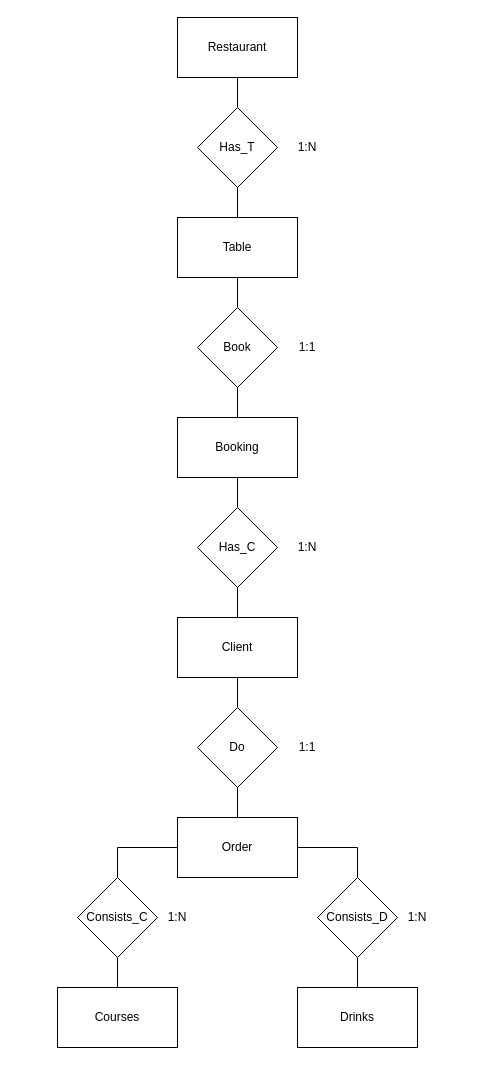
The draw.io diagram ERAlafia_1.0.drawio in daniescorpio/Alafia, before the edit. Source tidied: cells renumbered, new cells numbered last; positions are measured from the earlier drawing's top-left corner, leaving out a move shared by most shapes. Both pictures are drawn from the tidied source at 100%, with x=0, y=0 at pixel (57, 17).
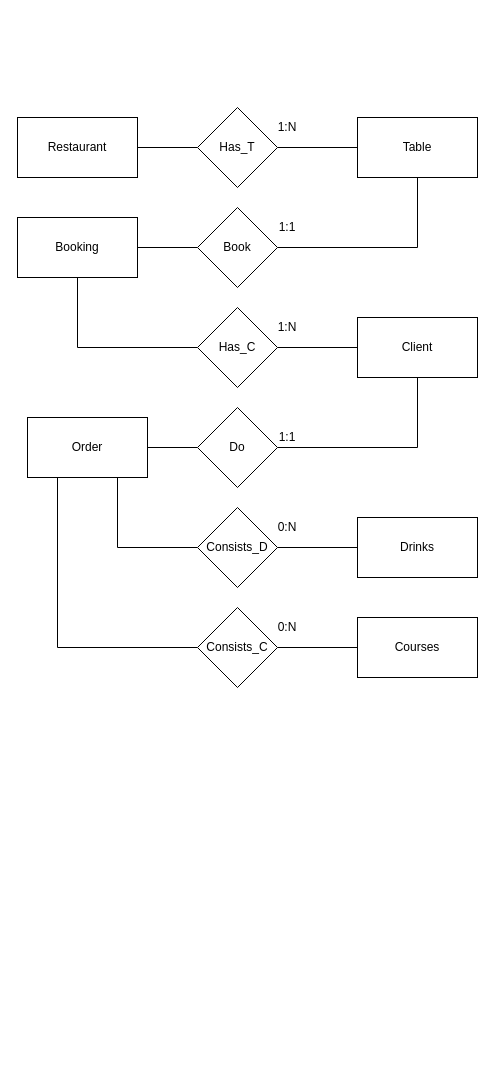
Above is the later version.

Diff of the diagram source:
```diff
@@
     <mxCell id="2" value="Restaurant" style="rounded=0;whiteSpace=wrap;html=1;" parent="1" vertex="1">
-      <mxGeometry x="120" width="120" height="60" as="geometry" />
+      <mxGeometry x="-40" y="100" width="120" height="60" as="geometry" />
     </mxCell>
@@
     <mxCell id="4" value="Table&lt;br&gt;" style="rounded=0;whiteSpace=wrap;html=1;" parent="1" vertex="1">
-      <mxGeometry x="120" y="200" width="120" height="60" as="geometry" />
+      <mxGeometry x="300" y="100" width="120" height="60" as="geometry" />
     </mxCell>
@@
     <mxCell id="6" value="Booking" style="rounded=0;whiteSpace=wrap;html=1;" parent="1" vertex="1">
-      <mxGeometry x="120" y="400" width="120" height="60" as="geometry" />
+      <mxGeometry x="-40" y="200" width="120" height="60" as="geometry" />
     </mxCell>
@@
     <mxCell id="8" value="Client" style="rounded=0;whiteSpace=wrap;html=1;" parent="1" vertex="1">
-      <mxGeometry x="120" y="600" width="120" height="60" as="geometry" />
+      <mxGeometry x="300" y="300" width="120" height="60" as="geometry" />
     </mxCell>
@@
     <mxCell id="10" value="Order&lt;br&gt;" style="rounded=0;whiteSpace=wrap;html=1;" parent="1" vertex="1">
-      <mxGeometry x="120" y="800" width="120" height="60" as="geometry" />
+      <mxGeometry x="-30" y="400" width="120" height="60" as="geometry" />
     </mxCell>
@@
     <mxCell id="12" value="Courses" style="rounded=0;whiteSpace=wrap;html=1;" parent="1" vertex="1">
-      <mxGeometry y="970" width="120" height="60" as="geometry" />
+      <mxGeometry x="300" y="600" width="120" height="60" as="geometry" />
     </mxCell>
@@
     <mxCell id="14" value="Drinks" style="rounded=0;whiteSpace=wrap;html=1;" parent="1" vertex="1">
-      <mxGeometry x="240" y="970" width="120" height="60" as="geometry" />
+      <mxGeometry x="300" y="500" width="120" height="60" as="geometry" />
     </mxCell>
@@
     <mxCell id="18" value="Book" style="rhombus;whiteSpace=wrap;html=1;" parent="1" vertex="1">
-      <mxGeometry x="140" y="290" width="80" height="80" as="geometry" />
+      <mxGeometry x="140" y="190" width="80" height="80" as="geometry" />
     </mxCell>
@@
     <mxCell id="20" value="Has_C" style="rhombus;whiteSpace=wrap;html=1;" parent="1" vertex="1">
-      <mxGeometry x="140" y="490" width="80" height="80" as="geometry" />
+      <mxGeometry x="140" y="290" width="80" height="80" as="geometry" />
     </mxCell>
@@
     <mxCell id="22" value="Do" style="rhombus;whiteSpace=wrap;html=1;" parent="1" vertex="1">
-      <mxGeometry x="140" y="690" width="80" height="80" as="geometry" />
+      <mxGeometry x="140" y="390" width="80" height="80" as="geometry" />
     </mxCell>
-    <mxCell id="23" style="edgeStyle=orthogonalEdgeStyle;rounded=0;jettySize=auto;html=1;exitX=0.5;exitY=0;exitDx=0;exitDy=0;entryX=0;entryY=0.5;entryDx=0;entryDy=0;endArrow=none;endFill=0;" parent="1" edge="1" source="24" target="10">
+    <mxCell id="23" style="edgeStyle=orthogonalEdgeStyle;rounded=0;jettySize=auto;html=1;exitX=0;exitY=0.5;exitDx=0;exitDy=0;entryX=0.25;entryY=1;entryDx=0;entryDy=0;endArrow=none;endFill=0;" parent="1" edge="1" source="24" target="10">
       <mxGeometry relative="1" as="geometry" />
     </mxCell>
     <mxCell id="24" value="Consists_C" style="rhombus;whiteSpace=wrap;html=1;" parent="1" vertex="1">
-      <mxGeometry x="20" y="860" width="80" height="80" as="geometry" />
+      <mxGeometry x="140" y="590" width="80" height="80" as="geometry" />
     </mxCell>
-    <mxCell id="25" style="edgeStyle=orthogonalEdgeStyle;rounded=0;jettySize=auto;html=1;exitX=0.5;exitY=0;exitDx=0;exitDy=0;entryX=1;entryY=0.5;entryDx=0;entryDy=0;endArrow=none;endFill=0;" parent="1" edge="1" source="26" target="10">
-      <mxGeometry relative="1" as="geometry" />
+    <mxCell id="25" style="edgeStyle=orthogonalEdgeStyle;rounded=0;jettySize=auto;html=1;exitX=0;exitY=0.5;exitDx=0;exitDy=0;entryX=0.75;entryY=1;entryDx=0;entryDy=0;endArrow=none;endFill=0;" parent="1" edge="1" source="26" target="10">
+      <mxGeometry relative="1" as="geometry">
+        <Array as="points">
+          <mxPoint x="60" y="530" />
+        </Array>
+      </mxGeometry>
     </mxCell>
     <mxCell id="26" value="Consists_D" style="rhombus;whiteSpace=wrap;html=1;" parent="1" vertex="1">
-      <mxGeometry x="260" y="860" width="80" height="80" as="geometry" />
+      <mxGeometry x="140" y="490" width="80" height="80" as="geometry" />
     </mxCell>
     <mxCell id="27" value="1:N" style="text;html=1;strokeColor=none;fillColor=none;align=center;verticalAlign=middle;whiteSpace=wrap;rounded=0;" parent="1" vertex="1">
-      <mxGeometry x="230" y="120" width="40" height="20" as="geometry" />
+      <mxGeometry x="210" y="100" width="40" height="20" as="geometry" />
     </mxCell>
     <mxCell id="28" value="1:1" style="text;html=1;strokeColor=none;fillColor=none;align=center;verticalAlign=middle;whiteSpace=wrap;rounded=0;" parent="1" vertex="1">
-      <mxGeometry x="230" y="320" width="40" height="20" as="geometry" />
+      <mxGeometry x="210" y="200" width="40" height="20" as="geometry" />
     </mxCell>
     <mxCell id="29" value="1:N" style="text;html=1;strokeColor=none;fillColor=none;align=center;verticalAlign=middle;whiteSpace=wrap;rounded=0;" parent="1" vertex="1">
-      <mxGeometry x="230" y="520" width="40" height="20" as="geometry" />
+      <mxGeometry x="210" y="300" width="40" height="20" as="geometry" />
     </mxCell>
     <mxCell id="30" value="1:1" style="text;html=1;strokeColor=none;fillColor=none;align=center;verticalAlign=middle;whiteSpace=wrap;rounded=0;" parent="1" vertex="1">
-      <mxGeometry x="230" y="720" width="40" height="20" as="geometry" />
+      <mxGeometry x="210" y="410" width="40" height="20" as="geometry" />
     </mxCell>
-    <mxCell id="31" value="1:N" style="text;html=1;strokeColor=none;fillColor=none;align=center;verticalAlign=middle;whiteSpace=wrap;rounded=0;" parent="1" vertex="1">
-      <mxGeometry x="340" y="890" width="40" height="20" as="geometry" />
+    <mxCell id="31" value="0:N" style="text;html=1;strokeColor=none;fillColor=none;align=center;verticalAlign=middle;whiteSpace=wrap;rounded=0;" parent="1" vertex="1">
+      <mxGeometry x="210" y="500" width="40" height="20" as="geometry" />
     </mxCell>
-    <mxCell id="32" value="1:N" style="text;html=1;strokeColor=none;fillColor=none;align=center;verticalAlign=middle;whiteSpace=wrap;rounded=0;" parent="1" vertex="1">
-      <mxGeometry x="100" y="890" width="40" height="20" as="geometry" />
+    <mxCell id="32" value="0:N" style="text;html=1;strokeColor=none;fillColor=none;align=center;verticalAlign=middle;whiteSpace=wrap;rounded=0;" parent="1" vertex="1">
+      <mxGeometry x="210" y="600" width="40" height="20" as="geometry" />
     </mxCell>
```
